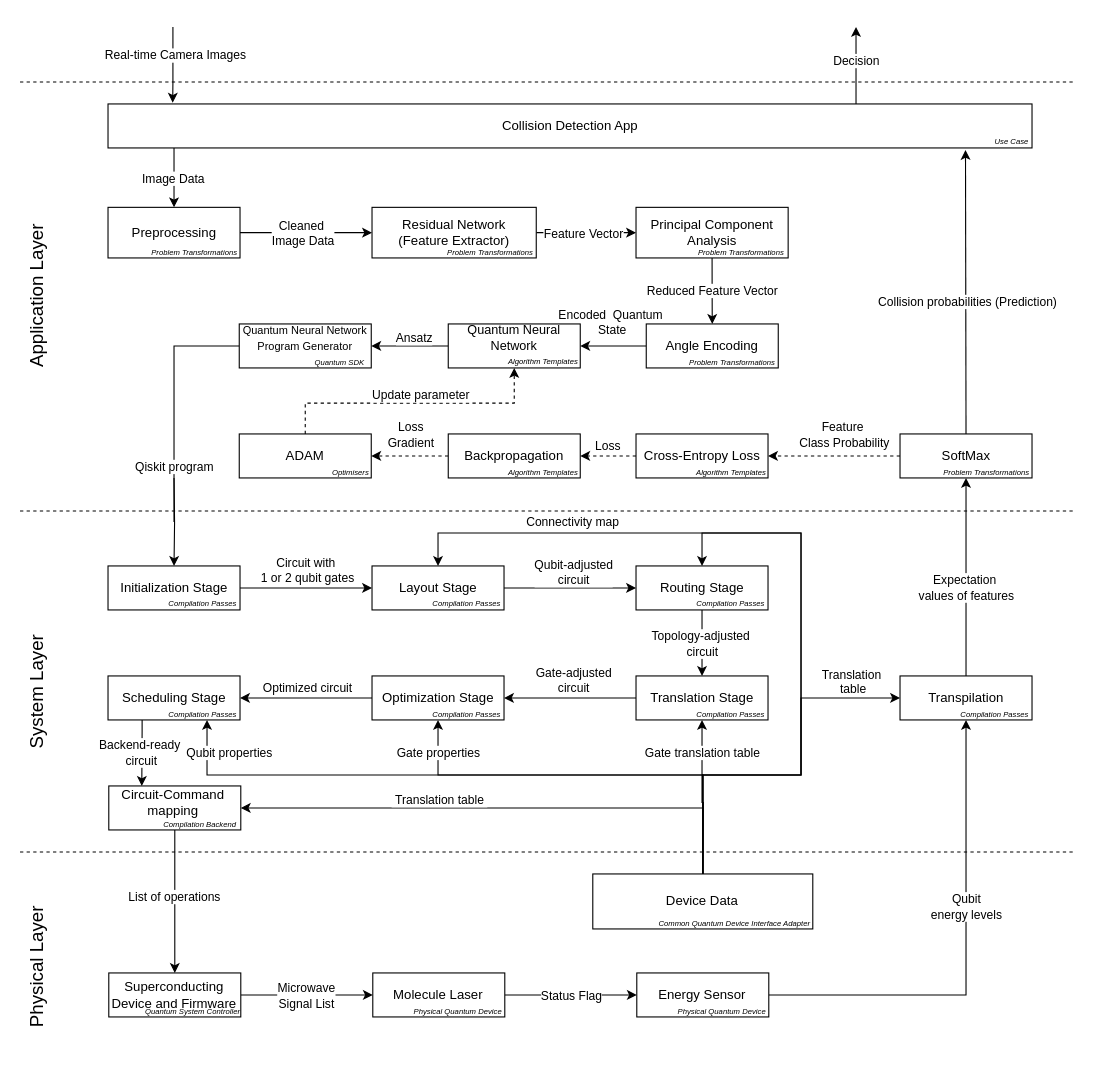
This is page "scenario4" (4 of 4) of docs/scenario-based-analysis/images/scenarios.drawio from FullStaQD/architecture, a draw.io file, before an edit. Source tidied: cells renumbered, new cells numbered last; positions are measured from the earlier drawing's top-left corner, leaving out a move shared by most shapes. Both pictures are drawn from the tidied source at 110%, with x=0, y=0 at pixel (-57, 26).
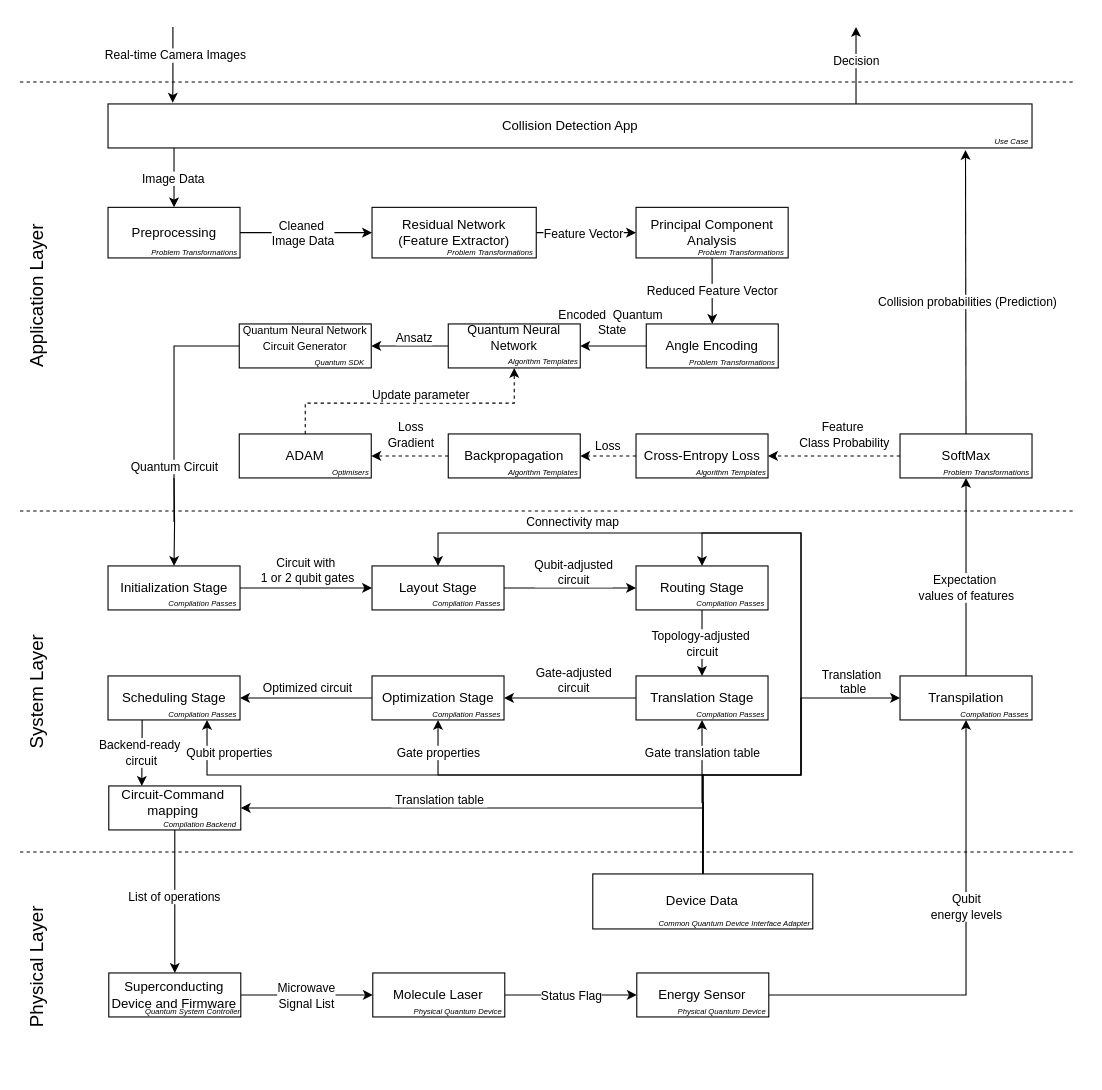
The same diagram, later.

Unchanged cells that the change refers to:
```xml
<mxCell id="25" style="edgeStyle=orthogonalEdgeStyle;rounded=0;jettySize=auto;html=1;entryX=0.5;entryY=0;entryDx=0;entryDy=0;" parent="1" edge="1" target="35">
  <mxGeometry relative="1" as="geometry">
    <mxPoint x="209.7" y="410" as="sourcePoint" />
  </mxGeometry>
</mxCell>
```

What changed in the source:
```diff
@@
-    <mxCell id="26" value="Qiskit program" style="edgeLabel;html=1;align=center;verticalAlign=middle;" parent="25" vertex="1">
+    <mxCell id="26" value="Quantum Circuit" style="edgeLabel;html=1;align=center;verticalAlign=middle;" parent="25" vertex="1">
       <mxGeometry x="0.1" y="1" relative="1" as="geometry">
         <mxPoint x="-1" y="-54" as="offset" />
       </mxGeometry>
     </mxCell>
@@
-    <mxCell id="116" value="&lt;font style=&quot;font-size: 10px;&quot;&gt;Quantum Neural Network Program Generator&lt;/font&gt;&lt;div&gt;&lt;font style=&quot;font-size: 8px;&quot;&gt;&lt;br&gt;&lt;/font&gt;&lt;/div&gt;" style="rounded=0;whiteSpace=wrap;html=1;" parent="1" vertex="1">
+    <mxCell id="116" value="&lt;font style=&quot;font-size: 10px;&quot;&gt;Quantum Neural Network Circuit Generator&lt;/font&gt;&lt;div&gt;&lt;font style=&quot;font-size: 8px;&quot;&gt;&lt;br&gt;&lt;/font&gt;&lt;/div&gt;" style="rounded=0;whiteSpace=wrap;html=1;" parent="1" vertex="1">
       <mxGeometry x="269" y="270" width="120" height="40" as="geometry" />
     </mxCell>
```
